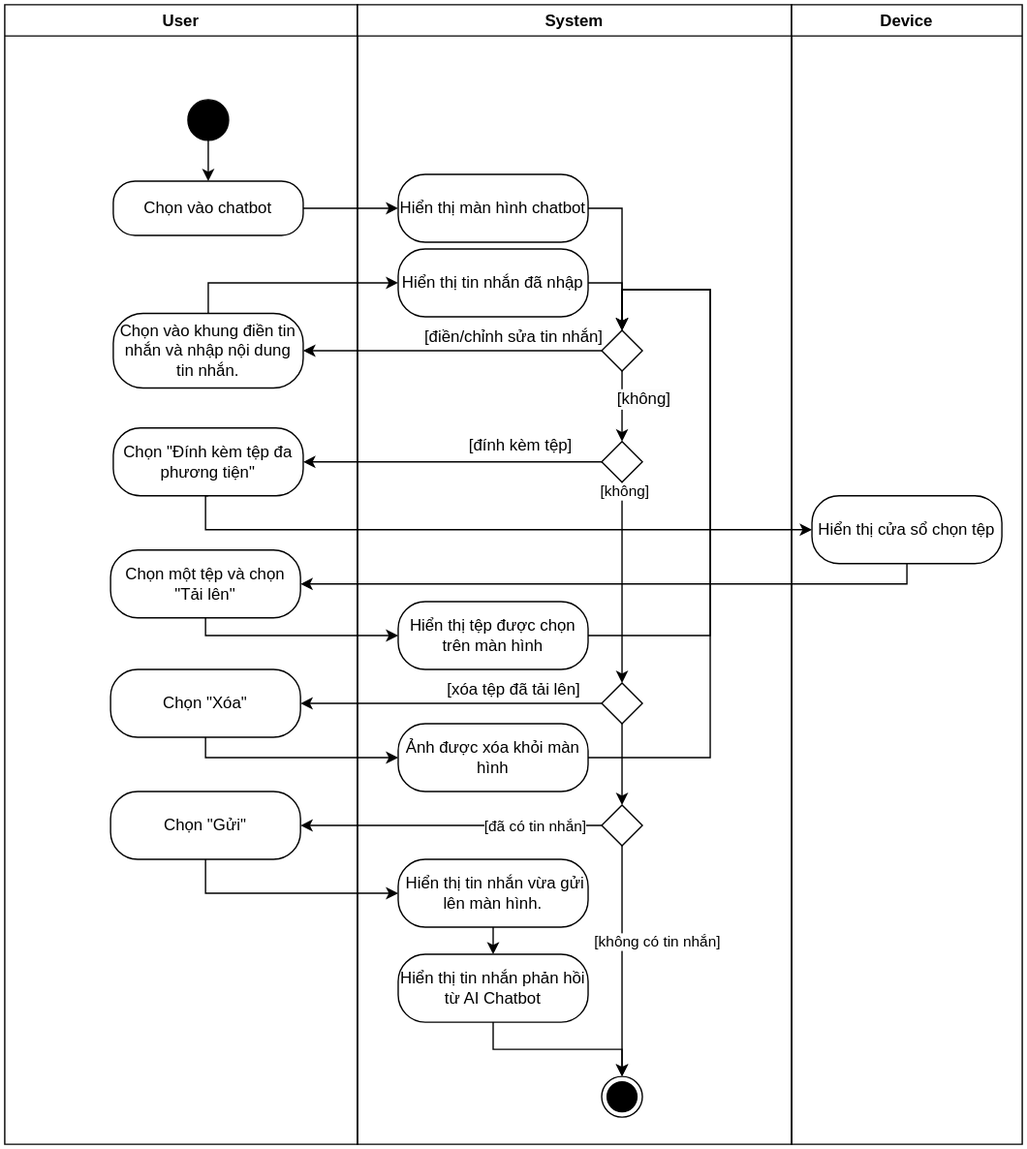
Above: Dg_Activity/Activity Diagram-SendMessage.svg in DavidNguyen2212/DACN-TN_Chatbot_for_Enterprise (draw.io), before the change. Source tidied: cells renumbered, new cells last; positions are measured from the earlier drawing's top-left corner, leaving out a move shared by most shapes.
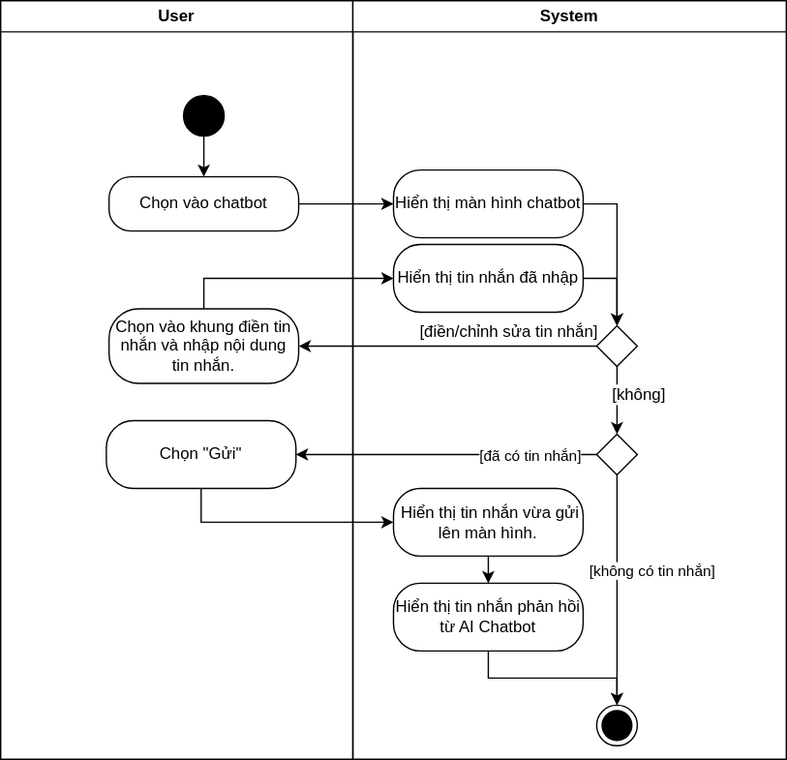
After the change.

The edit, as a diff of the source:
```diff
@@ -3,7 +3,7 @@
     <mxCell id="0" />
     <mxCell id="1" parent="0" />
     <mxCell id="2" value="User" style="swimlane;whiteSpace=wrap;html=1;" parent="1" vertex="1">
-      <mxGeometry width="260" height="840" as="geometry" />
+      <mxGeometry width="260" height="560" as="geometry" />
     </mxCell>
     <mxCell id="3" style="edgeStyle=orthogonalEdgeStyle;rounded=0;jettySize=auto;html=1;entryX=0.5;entryY=0;entryDx=0;entryDy=0;" parent="2" edge="1" source="4" target="5">
       <mxGeometry relative="1" as="geometry" />
@@ -17,43 +17,67 @@
     <mxCell id="6" style="edgeStyle=orthogonalEdgeStyle;rounded=0;jettySize=auto;html=1;exitX=0.5;exitY=1;exitDx=0;exitDy=0;entryX=1;entryY=0.5;entryDx=0;entryDy=0;" parent="2" edge="1" source="11" target="9">
       <mxGeometry relative="1" as="geometry" />
     </mxCell>
-    <mxCell id="7" style="edgeStyle=orthogonalEdgeStyle;rounded=0;jettySize=auto;html=1;exitX=0.5;exitY=1;exitDx=0;exitDy=0;entryX=1;entryY=0.5;entryDx=0;entryDy=0;" parent="2" edge="1" source="15" target="13">
-      <mxGeometry relative="1" as="geometry">
-        <Array as="points">
-          <mxPoint x="665" y="427" />
-        </Array>
-      </mxGeometry>
-    </mxCell>
-    <mxCell id="8" style="edgeStyle=orthogonalEdgeStyle;rounded=0;jettySize=auto;html=1;exitX=0.5;exitY=1;exitDx=0;exitDy=0;entryX=0;entryY=0.5;entryDx=0;entryDy=0;" parent="2" edge="1" source="10" target="15">
-      <mxGeometry relative="1" as="geometry">
-        <Array as="points">
-          <mxPoint x="148" y="387" />
-        </Array>
-      </mxGeometry>
-    </mxCell>
     <mxCell id="9" value="Chọn vào khung điền tin nhắn và nhập nội dung tin nhắn." style="rounded=1;whiteSpace=wrap;html=1;arcSize=40;" parent="2" vertex="1">
       <mxGeometry x="80" y="227.5" width="140" height="55" as="geometry" />
     </mxCell>
-    <mxCell id="10" value="Chọn &quot;Đính kèm tệp đa phương tiện&quot;" style="rounded=1;whiteSpace=wrap;html=1;arcSize=40;" parent="2" vertex="1">
-      <mxGeometry x="80" y="312" width="140" height="50" as="geometry" />
-    </mxCell>
     <mxCell id="11" style="rhombus;whiteSpace=wrap;html=1;direction=south;" parent="2" vertex="1">
       <mxGeometry x="440" y="240" width="30" height="30" as="geometry" />
     </mxCell>
     <mxCell id="12" value="Chọn &quot;Gửi&quot;" style="rounded=1;whiteSpace=wrap;html=1;arcSize=40;" parent="2" vertex="1">
-      <mxGeometry x="78" y="580" width="140" height="50" as="geometry" />
+      <mxGeometry x="78" y="310" width="140" height="50" as="geometry" />
     </mxCell>
-    <mxCell id="13" value="Chọn một tệp và chọn &quot;Tải lên&quot;" style="rounded=1;whiteSpace=wrap;html=1;arcSize=40;" parent="2" vertex="1">
-      <mxGeometry x="78" y="402" width="140" height="50" as="geometry" />
-    </mxCell>
-    <mxCell id="14" value="Chọn &quot;Xóa&quot;" style="rounded=1;whiteSpace=wrap;html=1;arcSize=40;" parent="2" vertex="1">
-      <mxGeometry x="78" y="490" width="140" height="50" as="geometry" />
-    </mxCell>
-    <mxCell id="15" value="Hiển thị cửa sổ chọn tệp" style="rounded=1;whiteSpace=wrap;html=1;arcSize=40;" parent="2" vertex="1">
-      <mxGeometry x="595" y="362" width="140" height="50" as="geometry" />
-    </mxCell>
+    <mxCell id="28" style="edgeStyle=orthogonalEdgeStyle;rounded=0;jettySize=auto;html=1;exitX=0.5;exitY=1;exitDx=0;exitDy=0;entryX=0.5;entryY=0;entryDx=0;entryDy=0;" parent="2" edge="1" source="29" target="35">
+      <mxGeometry relative="1" as="geometry" />
+    </mxCell>
+    <mxCell id="29" value="&amp;nbsp;Hiển thị tin nhắn vừa gửi lên màn hình." style="rounded=1;whiteSpace=wrap;html=1;arcSize=40;" parent="2" vertex="1">
+      <mxGeometry x="290" y="360" width="140" height="50" as="geometry" />
+    </mxCell>
+    <mxCell id="30" style="ellipse;html=1;shape=endState;fillColor=strokeColor;" parent="2" vertex="1">
+      <mxGeometry x="440" y="520" width="30" height="30" as="geometry" />
+    </mxCell>
+    <mxCell id="31" value="&lt;span style=&quot;color: rgba(0, 0, 0, 0); font-family: monospace; font-size: 0px; text-align: start; text-wrap: nowrap;&quot;&gt;%3CmxGraphModel%3E%3Croot%3E%3CmxCell%20id%3D%220%22%2F%3E%3CmxCell%20id%3D%221%22%20parent%3D%220%22%2F%3E%3CmxCell%20id%3D%222%22%20value%3D%22%22%20style%3D%22rhombus%3BwhiteSpace%3Dwrap%3Bhtml%3D1%3Bdirection%3Dsouth%3B%22%20vertex%3D%221%22%20parent%3D%221%22%3E%3CmxGeometry%20x%3D%221295%22%20y%3D%22870%22%20width%3D%2230%22%20height%3D%2230%22%20as%3D%22geometry%22%2F%3E%3C%2FmxCell%3E%3C%2Froot%3E%3C%2FmxGraphModel%3E&lt;/span&gt;" style="rhombus;whiteSpace=wrap;html=1;direction=south;" parent="2" vertex="1">
+      <mxGeometry x="440" y="320" width="30" height="30" as="geometry" />
+    </mxCell>
+    <mxCell id="41" style="edgeStyle=orthogonalEdgeStyle;rounded=0;jettySize=auto;html=1;exitX=1;exitY=0.5;exitDx=0;exitDy=0;entryX=0;entryY=0.5;entryDx=0;entryDy=0;" parent="2" edge="1" source="11" target="31">
+      <mxGeometry relative="1" as="geometry" />
+    </mxCell>
+    <mxCell id="42" value="&lt;span style=&quot;font-size: 12px; background-color: rgb(251, 251, 251);&quot;&gt;[không]&lt;/span&gt;" style="edgeLabel;html=1;align=center;verticalAlign=middle;" parent="41" vertex="1">
+      <mxGeometry x="-0.92" y="-3" relative="1" as="geometry">
+        <mxPoint x="18" y="18" as="offset" />
+      </mxGeometry>
+    </mxCell>
+    <mxCell id="32" style="edgeStyle=orthogonalEdgeStyle;rounded=0;jettySize=auto;html=1;exitX=1;exitY=0.5;exitDx=0;exitDy=0;entryX=0.5;entryY=0;entryDx=0;entryDy=0;" parent="2" edge="1" source="31" target="30">
+      <mxGeometry relative="1" as="geometry" />
+    </mxCell>
+    <mxCell id="33" value="[không có tin nhắn]" style="edgeLabel;html=1;align=center;verticalAlign=middle;" parent="32" vertex="1">
+      <mxGeometry x="-0.58" y="3" relative="1" as="geometry">
+        <mxPoint x="22" y="34" as="offset" />
+      </mxGeometry>
+    </mxCell>
+    <mxCell id="34" style="edgeStyle=orthogonalEdgeStyle;rounded=0;jettySize=auto;html=1;exitX=0.5;exitY=1;exitDx=0;exitDy=0;entryX=0.5;entryY=0;entryDx=0;entryDy=0;" parent="2" edge="1" source="35" target="30">
+      <mxGeometry relative="1" as="geometry">
+        <Array as="points">
+          <mxPoint x="360" y="500" />
+          <mxPoint x="455" y="500" />
+        </Array>
+      </mxGeometry>
+    </mxCell>
+    <mxCell id="35" value="Hiển thị tin nhắn phản hồi từ AI Chatbot" style="rounded=1;whiteSpace=wrap;html=1;arcSize=40;" parent="2" vertex="1">
+      <mxGeometry x="290" y="430" width="140" height="50" as="geometry" />
+    </mxCell>
+    <mxCell id="50" style="edgeStyle=orthogonalEdgeStyle;rounded=0;jettySize=auto;html=1;exitX=0.5;exitY=1;exitDx=0;exitDy=0;entryX=1;entryY=0.5;entryDx=0;entryDy=0;" parent="2" edge="1" source="31" target="12">
+      <mxGeometry relative="1" as="geometry" />
+    </mxCell>
+    <mxCell id="51" value="[đã có tin nhắn]" style="edgeLabel;html=1;align=center;verticalAlign=middle;" parent="50" vertex="1">
+      <mxGeometry x="-0.7" y="-3" relative="1" as="geometry">
+        <mxPoint x="-16" y="3" as="offset" />
+      </mxGeometry>
+    </mxCell>
+    <mxCell id="52" style="edgeStyle=orthogonalEdgeStyle;rounded=0;jettySize=auto;html=1;exitX=0.5;exitY=1;exitDx=0;exitDy=0;entryX=0;entryY=0.5;entryDx=0;entryDy=0;" parent="2" edge="1" source="12" target="29">
+      <mxGeometry relative="1" as="geometry" />
+    </mxCell>
     <mxCell id="16" value="System" style="swimlane;whiteSpace=wrap;html=1;" parent="1" vertex="1">
-      <mxGeometry x="260" width="320" height="840" as="geometry" />
+      <mxGeometry x="260" width="320" height="560" as="geometry" />
     </mxCell>
     <mxCell id="17" value="Hiển thị màn hình chatbot" style="rounded=1;whiteSpace=wrap;html=1;arcSize=40;" parent="16" vertex="1">
       <mxGeometry x="30" y="125" width="140" height="50" as="geometry" />
@@ -64,67 +88,9 @@
     <mxCell id="19" value="[điền/chỉnh sửa tin nhắn]" style="text;html=1;align=center;verticalAlign=middle;strokeColor=none;fillColor=none;" parent="16" vertex="1">
       <mxGeometry x="40" y="230" width="150" height="30" as="geometry" />
     </mxCell>
-    <mxCell id="20" style="rhombus;whiteSpace=wrap;html=1;direction=south;" parent="16" vertex="1">
-      <mxGeometry x="180" y="322" width="30" height="30" as="geometry" />
-    </mxCell>
-    <mxCell id="21" style="edgeStyle=orthogonalEdgeStyle;rounded=0;jettySize=auto;html=1;exitX=1;exitY=0.5;exitDx=0;exitDy=0;entryX=0;entryY=0.5;entryDx=0;entryDy=0;" parent="16" edge="1" source="22" target="31">
-      <mxGeometry relative="1" as="geometry" />
-    </mxCell>
-    <mxCell id="22" style="rhombus;whiteSpace=wrap;html=1;direction=south;" parent="16" vertex="1">
-      <mxGeometry x="180" y="500" width="30" height="30" as="geometry" />
-    </mxCell>
-    <mxCell id="23" style="edgeStyle=orthogonalEdgeStyle;rounded=0;jettySize=auto;html=1;exitX=1;exitY=0.5;exitDx=0;exitDy=0;entryX=0;entryY=0.5;entryDx=0;entryDy=0;" parent="16" edge="1" source="20" target="22">
-      <mxGeometry relative="1" as="geometry" />
-    </mxCell>
-    <mxCell id="24" value="[không]" style="edgeLabel;html=1;align=center;verticalAlign=middle;" parent="23" vertex="1">
-      <mxGeometry x="-0.92" y="1" relative="1" as="geometry" />
-    </mxCell>
-    <mxCell id="25" value="Hiển thị tệp được chọn trên màn hình" style="rounded=1;whiteSpace=wrap;html=1;arcSize=40;" parent="16" vertex="1">
-      <mxGeometry x="30" y="440" width="140" height="50" as="geometry" />
-    </mxCell>
-    <mxCell id="26" value="[xóa tệp đã tải lên]" style="text;html=1;align=center;verticalAlign=middle;strokeColor=none;fillColor=none;" parent="16" vertex="1">
-      <mxGeometry x="55" y="490" width="120" height="30" as="geometry" />
-    </mxCell>
-    <mxCell id="27" value="Ảnh được xóa khỏi màn hình" style="rounded=1;whiteSpace=wrap;html=1;arcSize=40;" parent="16" vertex="1">
-      <mxGeometry x="30" y="530" width="140" height="50" as="geometry" />
-    </mxCell>
-    <mxCell id="28" style="edgeStyle=orthogonalEdgeStyle;rounded=0;jettySize=auto;html=1;exitX=0.5;exitY=1;exitDx=0;exitDy=0;entryX=0.5;entryY=0;entryDx=0;entryDy=0;" parent="16" edge="1" source="29" target="35">
-      <mxGeometry relative="1" as="geometry" />
-    </mxCell>
-    <mxCell id="29" value="&amp;nbsp;Hiển thị tin nhắn vừa gửi lên màn hình." style="rounded=1;whiteSpace=wrap;html=1;arcSize=40;" parent="16" vertex="1">
-      <mxGeometry x="30" y="630" width="140" height="50" as="geometry" />
-    </mxCell>
-    <mxCell id="30" style="ellipse;html=1;shape=endState;fillColor=strokeColor;" parent="16" vertex="1">
-      <mxGeometry x="180" y="790" width="30" height="30" as="geometry" />
-    </mxCell>
-    <mxCell id="31" value="&lt;span style=&quot;color: rgba(0, 0, 0, 0); font-family: monospace; font-size: 0px; text-align: start; text-wrap: nowrap;&quot;&gt;%3CmxGraphModel%3E%3Croot%3E%3CmxCell%20id%3D%220%22%2F%3E%3CmxCell%20id%3D%221%22%20parent%3D%220%22%2F%3E%3CmxCell%20id%3D%222%22%20value%3D%22%22%20style%3D%22rhombus%3BwhiteSpace%3Dwrap%3Bhtml%3D1%3Bdirection%3Dsouth%3B%22%20vertex%3D%221%22%20parent%3D%221%22%3E%3CmxGeometry%20x%3D%221295%22%20y%3D%22870%22%20width%3D%2230%22%20height%3D%2230%22%20as%3D%22geometry%22%2F%3E%3C%2FmxCell%3E%3C%2Froot%3E%3C%2FmxGraphModel%3E&lt;/span&gt;" style="rhombus;whiteSpace=wrap;html=1;direction=south;" parent="16" vertex="1">
-      <mxGeometry x="180" y="590" width="30" height="30" as="geometry" />
-    </mxCell>
-    <mxCell id="32" style="edgeStyle=orthogonalEdgeStyle;rounded=0;jettySize=auto;html=1;exitX=1;exitY=0.5;exitDx=0;exitDy=0;entryX=0.5;entryY=0;entryDx=0;entryDy=0;" parent="16" edge="1" source="31" target="30">
-      <mxGeometry relative="1" as="geometry" />
-    </mxCell>
-    <mxCell id="33" value="[không có tin nhắn]" style="edgeLabel;html=1;align=center;verticalAlign=middle;" parent="32" vertex="1">
-      <mxGeometry x="-0.58" y="3" relative="1" as="geometry">
-        <mxPoint x="22" y="34" as="offset" />
-      </mxGeometry>
-    </mxCell>
-    <mxCell id="34" style="edgeStyle=orthogonalEdgeStyle;rounded=0;jettySize=auto;html=1;exitX=0.5;exitY=1;exitDx=0;exitDy=0;entryX=0.5;entryY=0;entryDx=0;entryDy=0;" parent="16" edge="1" source="35" target="30">
-      <mxGeometry relative="1" as="geometry">
-        <Array as="points">
-          <mxPoint x="100" y="770" />
-          <mxPoint x="195" y="770" />
-        </Array>
-      </mxGeometry>
-    </mxCell>
-    <mxCell id="35" value="Hiển thị tin nhắn phản hồi từ AI Chatbot" style="rounded=1;whiteSpace=wrap;html=1;arcSize=40;" parent="16" vertex="1">
-      <mxGeometry x="30" y="700" width="140" height="50" as="geometry" />
-    </mxCell>
     <mxCell id="36" style="edgeStyle=orthogonalEdgeStyle;rounded=0;jettySize=auto;html=1;entryX=0;entryY=0.5;entryDx=0;entryDy=0;" parent="1" edge="1" source="5" target="17">
       <mxGeometry relative="1" as="geometry" />
     </mxCell>
-    <mxCell id="37" value="Device" style="swimlane;whiteSpace=wrap;html=1;" parent="1" vertex="1">
-      <mxGeometry x="580" width="170" height="840" as="geometry" />
-    </mxCell>
     <mxCell id="38" style="edgeStyle=orthogonalEdgeStyle;rounded=0;jettySize=auto;html=1;exitX=1;exitY=0.5;exitDx=0;exitDy=0;entryX=0;entryY=0.5;entryDx=0;entryDy=0;" parent="1" edge="1" source="17" target="11">
       <mxGeometry relative="1" as="geometry" />
     </mxCell>
@@ -134,65 +100,5 @@
     <mxCell id="40" style="edgeStyle=orthogonalEdgeStyle;rounded=0;jettySize=auto;html=1;exitX=1;exitY=0.5;exitDx=0;exitDy=0;entryX=0;entryY=0.5;entryDx=0;entryDy=0;" parent="1" edge="1" source="18" target="11">
       <mxGeometry relative="1" as="geometry" />
     </mxCell>
-    <mxCell id="41" style="edgeStyle=orthogonalEdgeStyle;rounded=0;jettySize=auto;html=1;exitX=1;exitY=0.5;exitDx=0;exitDy=0;entryX=0;entryY=0.5;entryDx=0;entryDy=0;" parent="1" edge="1" source="11" target="20">
-      <mxGeometry relative="1" as="geometry" />
-    </mxCell>
-    <mxCell id="42" value="&lt;span style=&quot;font-size: 12px; background-color: rgb(251, 251, 251);&quot;&gt;[không]&lt;/span&gt;" style="edgeLabel;html=1;align=center;verticalAlign=middle;" parent="41" vertex="1">
-      <mxGeometry x="-0.92" y="-3" relative="1" as="geometry">
-        <mxPoint x="18" y="18" as="offset" />
-      </mxGeometry>
-    </mxCell>
-    <mxCell id="43" style="edgeStyle=orthogonalEdgeStyle;rounded=0;jettySize=auto;html=1;exitX=0.5;exitY=1;exitDx=0;exitDy=0;entryX=1;entryY=0.5;entryDx=0;entryDy=0;" parent="1" edge="1" source="20" target="10">
-      <mxGeometry relative="1" as="geometry" />
-    </mxCell>
-    <mxCell id="44" value="[đính kèm tệp]" style="text;html=1;align=center;verticalAlign=middle;strokeColor=none;fillColor=none;" parent="1" vertex="1">
-      <mxGeometry x="330" y="310" width="100" height="30" as="geometry" />
-    </mxCell>
-    <mxCell id="45" style="edgeStyle=orthogonalEdgeStyle;rounded=0;jettySize=auto;html=1;exitX=0.5;exitY=1;exitDx=0;exitDy=0;entryX=1;entryY=0.5;entryDx=0;entryDy=0;" parent="1" edge="1" source="22" target="14">
-      <mxGeometry relative="1" as="geometry" />
-    </mxCell>
-    <mxCell id="46" style="edgeStyle=orthogonalEdgeStyle;rounded=0;jettySize=auto;html=1;exitX=0.5;exitY=1;exitDx=0;exitDy=0;entryX=0;entryY=0.5;entryDx=0;entryDy=0;" parent="1" edge="1" source="13" target="25">
-      <mxGeometry relative="1" as="geometry">
-        <Array as="points">
-          <mxPoint x="148" y="465" />
-        </Array>
-      </mxGeometry>
-    </mxCell>
-    <mxCell id="47" style="edgeStyle=orthogonalEdgeStyle;rounded=0;jettySize=auto;html=1;exitX=1;exitY=0.5;exitDx=0;exitDy=0;entryX=0;entryY=0.5;entryDx=0;entryDy=0;" parent="1" edge="1" source="25" target="11">
-      <mxGeometry relative="1" as="geometry">
-        <Array as="points">
-          <mxPoint x="520" y="465" />
-          <mxPoint x="520" y="210" />
-          <mxPoint x="455" y="210" />
-        </Array>
-      </mxGeometry>
-    </mxCell>
-    <mxCell id="48" style="edgeStyle=orthogonalEdgeStyle;rounded=0;jettySize=auto;html=1;exitX=0.5;exitY=1;exitDx=0;exitDy=0;entryX=0;entryY=0.5;entryDx=0;entryDy=0;" parent="1" edge="1" source="14" target="27">
-      <mxGeometry relative="1" as="geometry">
-        <Array as="points">
-          <mxPoint x="148" y="555" />
-        </Array>
-      </mxGeometry>
-    </mxCell>
-    <mxCell id="49" style="edgeStyle=orthogonalEdgeStyle;rounded=0;jettySize=auto;html=1;exitX=1;exitY=0.5;exitDx=0;exitDy=0;entryX=0;entryY=0.5;entryDx=0;entryDy=0;" parent="1" edge="1" source="27" target="11">
-      <mxGeometry relative="1" as="geometry">
-        <Array as="points">
-          <mxPoint x="520" y="555" />
-          <mxPoint x="520" y="210" />
-          <mxPoint x="455" y="210" />
-        </Array>
-      </mxGeometry>
-    </mxCell>
-    <mxCell id="50" style="edgeStyle=orthogonalEdgeStyle;rounded=0;jettySize=auto;html=1;exitX=0.5;exitY=1;exitDx=0;exitDy=0;entryX=1;entryY=0.5;entryDx=0;entryDy=0;" parent="1" edge="1" source="31" target="12">
-      <mxGeometry relative="1" as="geometry" />
-    </mxCell>
-    <mxCell id="51" value="[đã có tin nhắn]" style="edgeLabel;html=1;align=center;verticalAlign=middle;" parent="50" vertex="1">
-      <mxGeometry x="-0.7" y="-3" relative="1" as="geometry">
-        <mxPoint x="-16" y="3" as="offset" />
-      </mxGeometry>
-    </mxCell>
-    <mxCell id="52" style="edgeStyle=orthogonalEdgeStyle;rounded=0;jettySize=auto;html=1;exitX=0.5;exitY=1;exitDx=0;exitDy=0;entryX=0;entryY=0.5;entryDx=0;entryDy=0;" parent="1" edge="1" source="12" target="29">
-      <mxGeometry relative="1" as="geometry" />
-    </mxCell>
   </root>
 </mxGraphModel>
```
